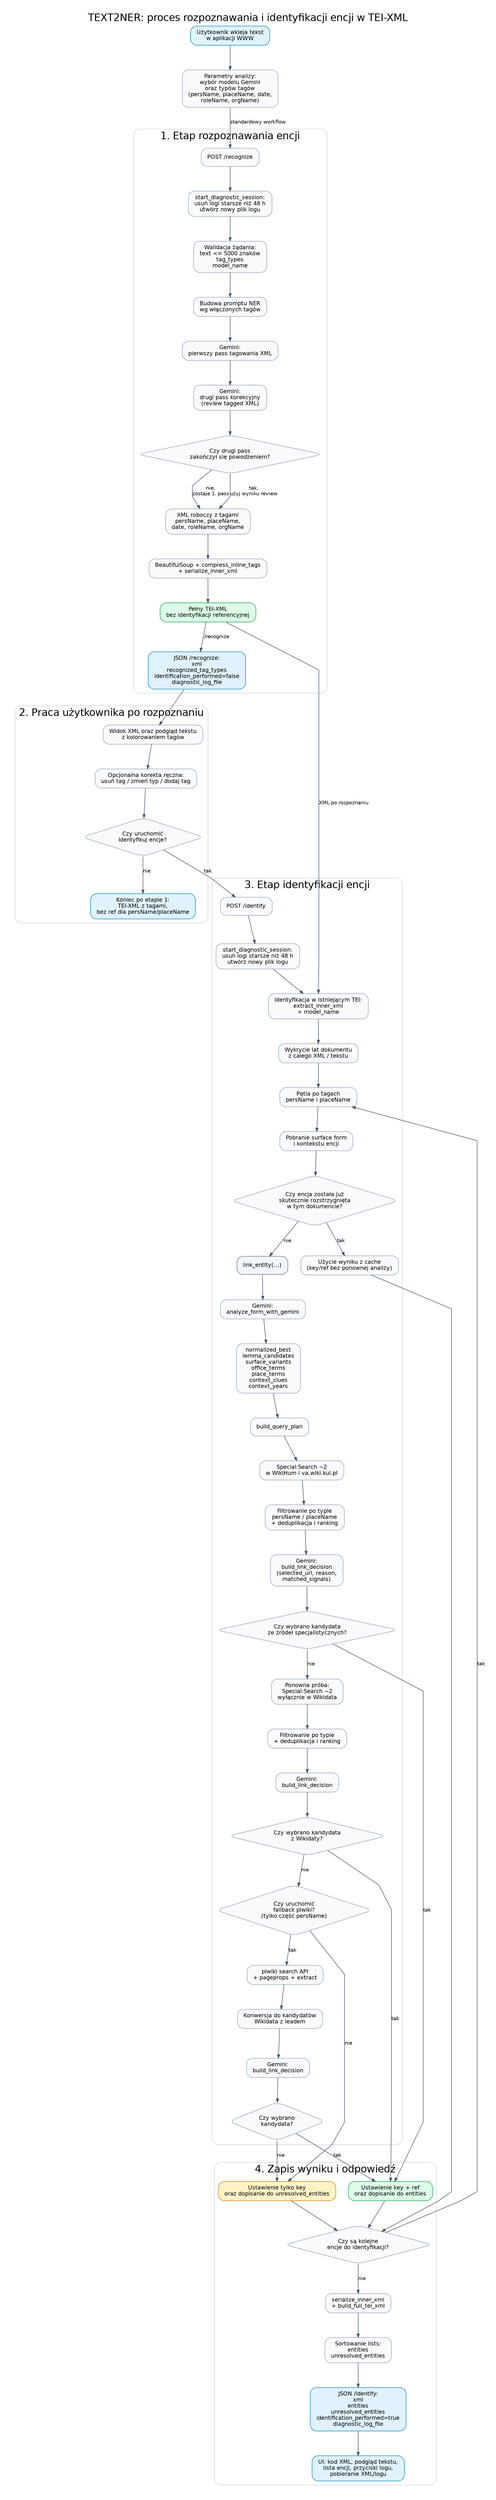
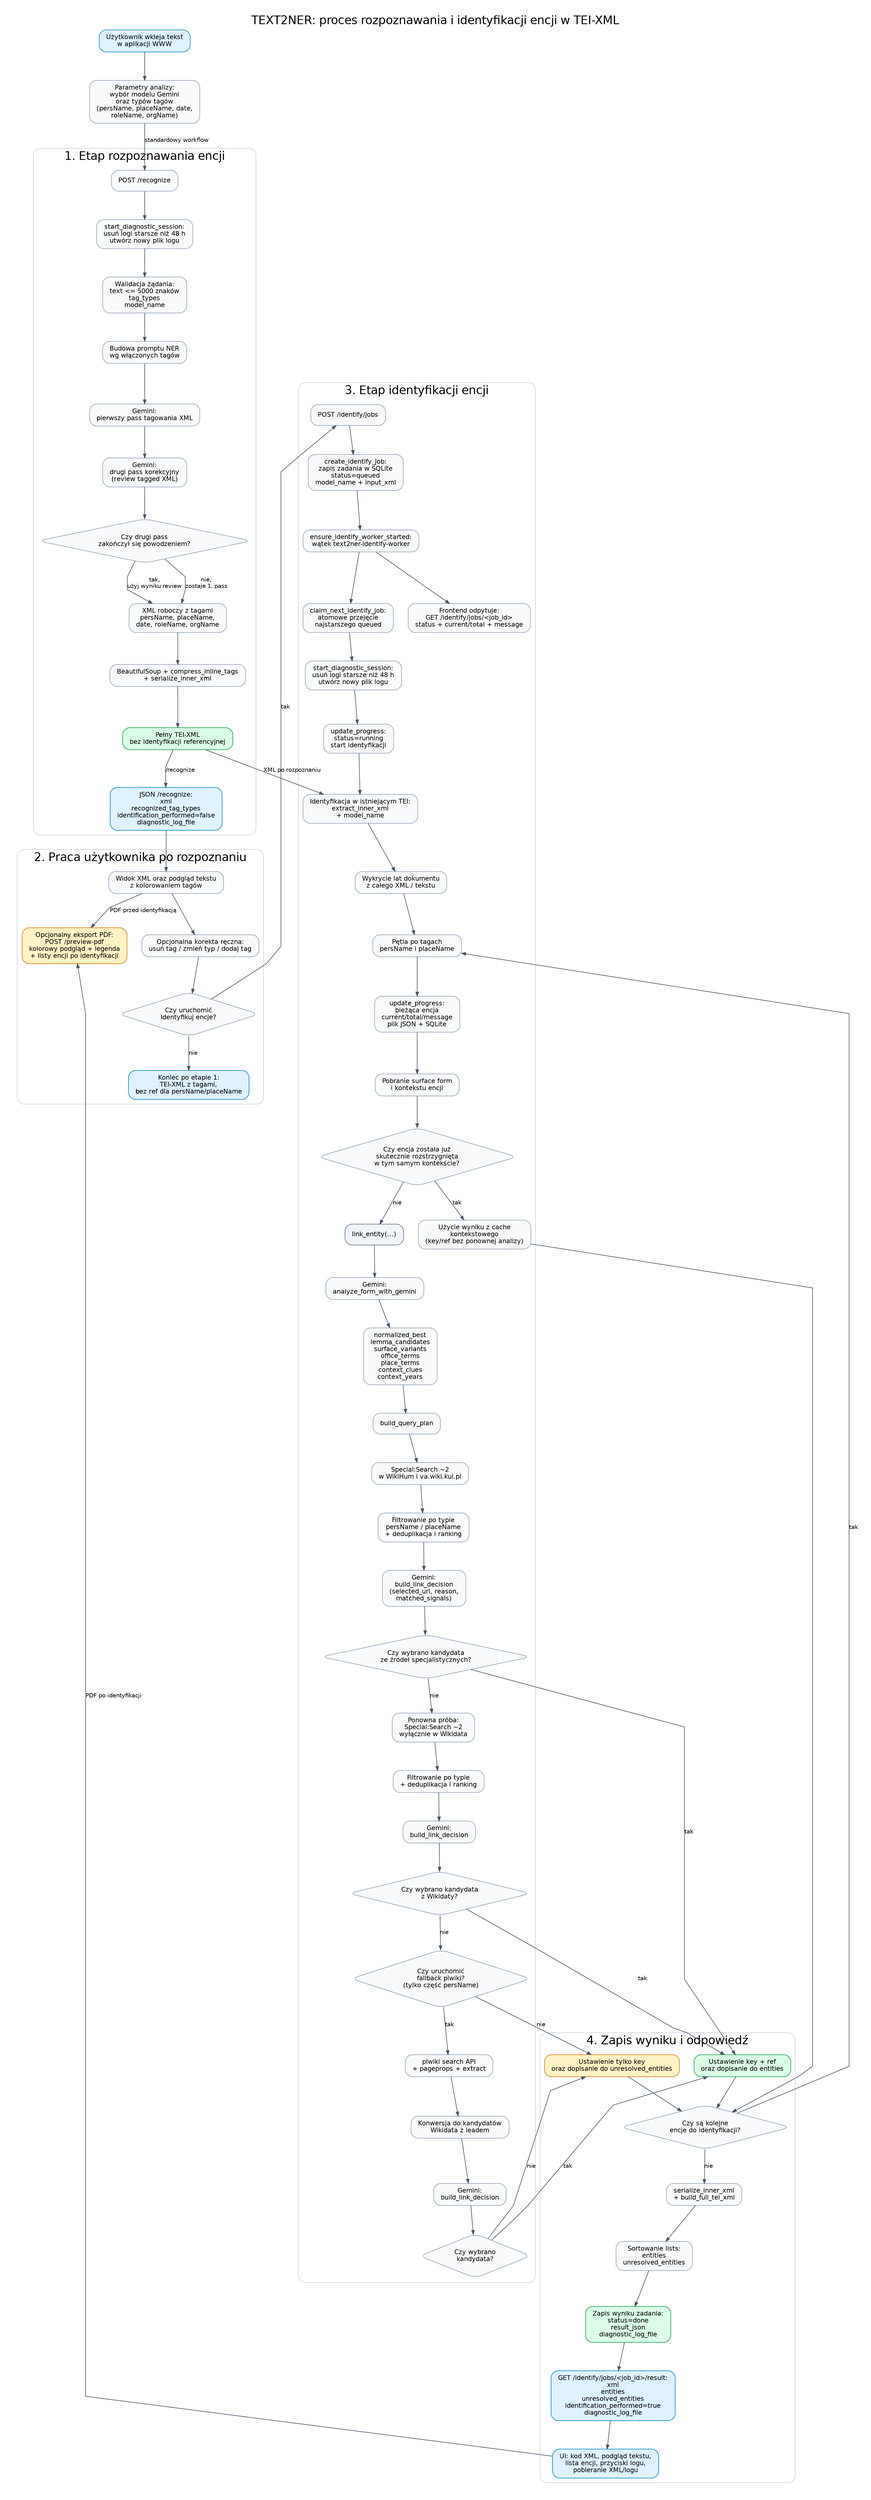
digraph text2ner_process {
    graph [
        rankdir=TB,
        labelloc="t",
        label="TEXT2NER: proces rozpoznawania i identyfikacji encji w TEI-XML",
        fontsize=20,
        fontname="Helvetica",
        pad=0.3,
        nodesep=0.35,
        ranksep=0.65,
        splines=polyline,
        bgcolor="white"
    ];

    node [
        shape=box,
        style="rounded,filled",
        fillcolor="#F8FAFC",
        color="#94A3B8",
        fontname="Helvetica",
        fontsize=11,
        margin="0.16,0.10"
    ];

    edge [
        color="#475569",
        arrowsize=0.7,
        fontname="Helvetica",
        fontsize=10
    ];

    start [label="Użytkownik wkleja tekst\nw aplikacji WWW", fillcolor="#E0F2FE", color="#0284C7"];
    settings [label="Parametry analizy:\nwybór modelu Gemini\noraz typów tagów\n(persName, placeName, date,\nroleName, orgName)"];
    subgraph cluster_recognize {
        label="1. Etap rozpoznawania encji";
        color="#CBD5E1";
        style="rounded";

        post_recognize [label="POST /recognize"];
        start_log_rec [label="start_diagnostic_session:\nusuń logi starsze niż 48 h\nutwórz nowy plik logu"];
        recognize_request [label="Walidacja żądania:\ntext <= 5000 znaków\ntag_types\nmodel_name"];
        tagging_prompt [label="Budowa promptu NER\nwg włączonych tagów"];
        gemini_first_pass [label="Gemini:\npierwszy pass tagowania XML"];
        gemini_review_pass [label="Gemini:\ndrugi pass korekcyjny\n(review tagged XML)"];
        review_success [shape=diamond, label="Czy drugi pass\nzakończył się powodzeniem?"];
        raw_tagged_xml [label="XML roboczy z tagami\npersName, placeName,\ndate, roleName, orgName"];
        normalize_tei [label="BeautifulSoup + compress_inline_tags\n+ serialize_inner_xml"];
        tei_without_ids [label="Pełny TEI-XML\nbez identyfikacji referencyjnej", fillcolor="#DCFCE7", color="#16A34A"];
        recognize_response [label="JSON /recognize:\nxml\nrecognized_tag_types\nidentification_performed=false\ndiagnostic_log_file", fillcolor="#E0F2FE", color="#0284C7"];
    }

    subgraph cluster_review {
        label="2. Praca użytkownika po rozpoznaniu";
        color="#CBD5E1";
        style="rounded";

        preview_xml [label="Widok XML oraz podgląd tekstu\nz kolorowaniem tagów"];
        manual_edit [label="Opcjonalna korekta ręczna:\nusuń tag / zmień typ / dodaj tag"];
+         export_pdf [label="Opcjonalny eksport PDF:\nPOST /preview-pdf\nkolorowy podgląd + legenda\n+ listy encji po identyfikacji", fillcolor="#FEF3C7", color="#D97706"];
        run_identify [shape=diamond, label="Czy uruchomić\nIdentyfikuj encje?"];
        keep_only_tei [label="Koniec po etapie 1:\nTEI-XML z tagami,\nbez ref dla persName/placeName", fillcolor="#E0F2FE", color="#0284C7"];
    }

    subgraph cluster_identify {
        label="3. Etap identyfikacji encji";
        color="#CBD5E1";
        style="rounded";

-         post_identify [label="POST /identify"];
+         post_identify_job [label="POST /identify/jobs"];
+         create_job [label="create_identify_job:\nzapis zadania w SQLite\nstatus=queued\nmodel_name + input_xml"];
+         ensure_worker [label="ensure_identify_worker_started:\nwątek text2ner-identify-worker"];
+         job_status [label="Frontend odpytuje:\nGET /identify/jobs/<job_id>\nstatus + current/total + message"];
+         claim_job [label="claim_next_identify_job:\natomowe przejęcie\nnajstarszego queued"];
        start_log_identify [label="start_diagnostic_session:\nusuń logi starsze niż 48 h\nutwórz nowy plik logu"];
        identify_input [label="Identyfikacja w istniejącym TEI:\nextract_inner_xml\n+ model_name"];
        extract_doc_years [label="Wykrycie lat dokumentu\nz całego XML / tekstu"];
+         progress_start [label="update_progress:\nstatus=running\nstart identyfikacji"];
        entity_loop [label="Pętla po tagach\npersName i placeName"];
+         progress_entity [label="update_progress:\nbieżąca encja\ncurrent/total/message\nplik JSON + SQLite"];
        entity_context [label="Pobranie surface form\ni kontekstu encji"];
-         cache_check [shape=diamond, label="Czy encja została już\nskutecznie rozstrzygnięta\nw tym dokumencie?"];
-         cache_hit [label="Użycie wyniku z cache\n(key/ref bez ponownej analizy)"];
+         cache_check [shape=diamond, label="Czy encja została już\nskutecznie rozstrzygnięta\nw tym samym kontekście?"];
+         cache_hit [label="Użycie wyniku z cache\nkontekstowego\n(key/ref bez ponownej analizy)"];
        link_entity [label="link_entity(...)", fillcolor="#F1F5F9", color="#64748B"];

        analyze_form [label="Gemini:\nanalyze_form_with_gemini"];
        analyze_outputs [label="normalized_best\nlemma_candidates\nsurface_variants\noffice_terms\nplace_terms\ncontext_clues\ncontext_years"];
        build_plan [label="build_query_plan"];

        specialized_search [label="Special:Search ~2\nw WikiHum i va.wiki.kul.pl"];
        specialized_filter [label="Filtrowanie po typie\npersName / placeName\n+ deduplikacja i ranking"];
        specialized_decision [label="Gemini:\nbuild_link_decision\n(selected_url, reason,\nmatched_signals)"];
        specialized_selected [shape=diamond, label="Czy wybrano kandydata\nze źródeł specjalistycznych?"];

        wikidata_retry [label="Ponowna próba:\nSpecial:Search ~2\nwyłącznie w Wikidata"];
        wikidata_filter [label="Filtrowanie po typie\n+ deduplikacja i ranking"];
        wikidata_decision [label="Gemini:\nbuild_link_decision"];
        wikidata_selected [shape=diamond, label="Czy wybrano kandydata\nz Wikidaty?"];

        plwiki_check [shape=diamond, label="Czy uruchomić\nfallback plwiki?\n(tylko część persName)"];
        plwiki_search [label="plwiki search API\n+ pageprops + extract"];
        plwiki_to_wikidata [label="Konwersja do kandydatów\nWikidata z leadem"];
        plwiki_decision [label="Gemini:\nbuild_link_decision"];
        selected_final [shape=diamond, label="Czy wybrano\nkandydata?"];
    }

    subgraph cluster_finish {
        label="4. Zapis wyniku i odpowiedź";
        color="#CBD5E1";
        style="rounded";

        resolved [label="Ustawienie key + ref\noraz dopisanie do entities", fillcolor="#DCFCE7", color="#16A34A"];
        unresolved [label="Ustawienie tylko key\noraz dopisanie do unresolved_entities", fillcolor="#FEF3C7", color="#D97706"];
        next_entity [shape=diamond, label="Czy są kolejne\nencje do identyfikacji?"];
        build_final_tei [label="serialize_inner_xml\n+ build_full_tei_xml"];
        sort_outputs [label="Sortowanie lists:\nentities\nunresolved_entities"];
-         identify_response [label="JSON /identify:\nxml\nentities\nunresolved_entities\nidentification_performed=true\ndiagnostic_log_file", fillcolor="#E0F2FE", color="#0284C7"];
+         finish_job [label="Zapis wyniku zadania:\nstatus=done\nresult_json\ndiagnostic_log_file", fillcolor="#DCFCE7", color="#16A34A"];
+         identify_response [label="GET /identify/jobs/<job_id>/result:\nxml\nentities\nunresolved_entities\nidentification_performed=true\ndiagnostic_log_file", fillcolor="#E0F2FE", color="#0284C7"];
        ui_output [label="UI: kod XML, podgląd tekstu,\nlista encji, przyciski logu,\npobieranie XML/logu", fillcolor="#E0F2FE", color="#0284C7"];
    }

    start -> settings;
    settings -> post_recognize [label="standardowy workflow"];

    post_recognize -> start_log_rec -> recognize_request -> tagging_prompt -> gemini_first_pass -> gemini_review_pass -> review_success;
    review_success -> raw_tagged_xml [label="nie,\nzostaje 1. pass"];
    review_success -> raw_tagged_xml [label="tak,\nużyj wyniku review"];
    raw_tagged_xml -> normalize_tei -> tei_without_ids;

    tei_without_ids -> recognize_response [label="/recognize"];
    recognize_response -> preview_xml -> manual_edit -> run_identify;
+     preview_xml -> export_pdf [label="PDF przed identyfikacją"];
+     ui_output -> export_pdf [label="PDF po identyfikacji"];
    run_identify -> keep_only_tei [label="nie"];
-     run_identify -> post_identify [label="tak"];
+     run_identify -> post_identify_job [label="tak"];

-     post_identify -> start_log_identify -> identify_input;
+     post_identify_job -> create_job -> ensure_worker -> job_status;
+     ensure_worker -> claim_job -> start_log_identify -> progress_start -> identify_input;
    tei_without_ids -> identify_input [label="XML po rozpoznaniu"];

-     identify_input -> extract_doc_years -> entity_loop -> entity_context -> cache_check;
+     identify_input -> extract_doc_years -> entity_loop -> progress_entity -> entity_context -> cache_check;
    cache_check -> cache_hit [label="tak"];
    cache_check -> link_entity [label="nie"];

    link_entity -> analyze_form -> analyze_outputs -> build_plan -> specialized_search -> specialized_filter -> specialized_decision -> specialized_selected;
    specialized_selected -> resolved [label="tak"];
    specialized_selected -> wikidata_retry [label="nie"];

    wikidata_retry -> wikidata_filter -> wikidata_decision -> wikidata_selected;
    wikidata_selected -> resolved [label="tak"];
    wikidata_selected -> plwiki_check [label="nie"];

    plwiki_check -> unresolved [label="nie"];
    plwiki_check -> plwiki_search [label="tak"];
    plwiki_search -> plwiki_to_wikidata -> plwiki_decision -> selected_final;
    selected_final -> resolved [label="tak"];
    selected_final -> unresolved [label="nie"];

    cache_hit -> next_entity;
    resolved -> next_entity;
    unresolved -> next_entity;
    next_entity -> entity_loop [label="tak"];
    next_entity -> build_final_tei [label="nie"];

-     build_final_tei -> sort_outputs -> identify_response -> ui_output;
+     build_final_tei -> sort_outputs -> finish_job -> identify_response -> ui_output;
}
